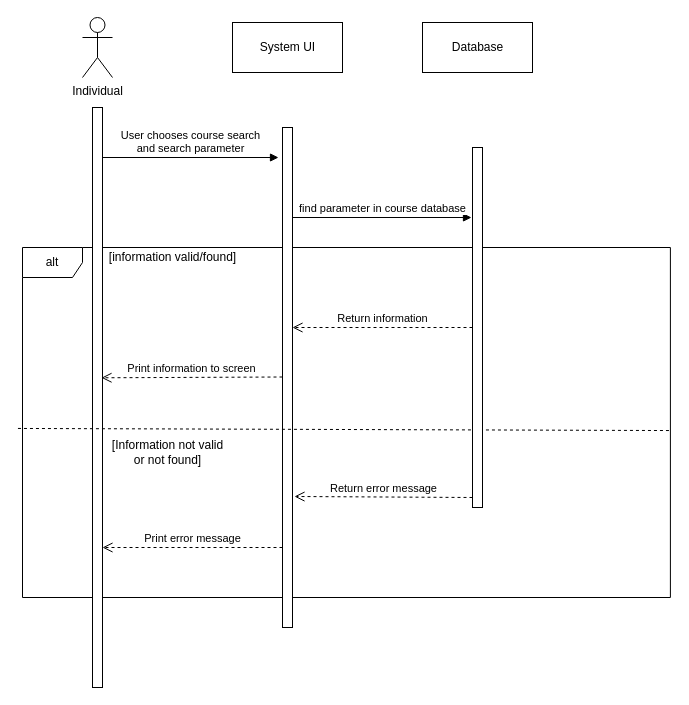
The draw.io diagram page "search_courses_parameter" (3 of 4) of sequence_curse.drawio in peterklem/CURSE, before the edit. Source tidied: cells renumbered, new cells numbered last; positions are measured from the earlier drawing's top-left corner, leaving out a move shared by most shapes. Both pictures are drawn from the tidied source at 100%, with x=0, y=0 at pixel (22, 17).
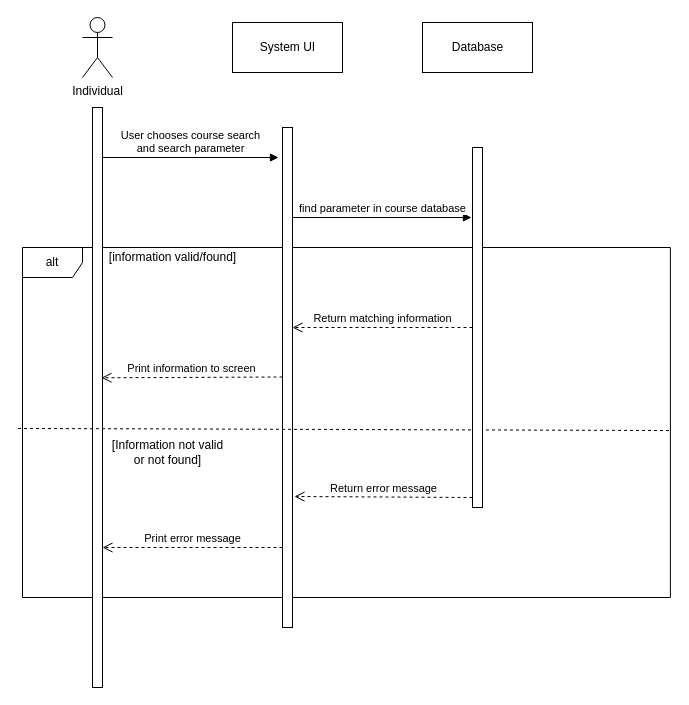
The same page after the edit.

Commit message:
Finished general course search sequence diagram

The change refers to these unchanged cells:
```xml
<mxCell id="7" style="html=1;points=[];perimeter=orthogonalPerimeter;" parent="1" vertex="1">
  <mxGeometry x="260" y="110" width="10" height="500" as="geometry" />
</mxCell>
```

What changed in the source:
```diff
@@
-    <mxCell id="12" value="Return information" style="html=1;verticalAlign=bottom;endArrow=open;dashed=1;endSize=8;" parent="1" edge="1" target="7">
+    <mxCell id="12" value="Return matching information" style="html=1;verticalAlign=bottom;endArrow=open;dashed=1;endSize=8;" parent="1" edge="1" target="7">
       <mxGeometry relative="1" as="geometry">
         <mxPoint x="450" y="310" as="sourcePoint" />
       </mxGeometry>
     </mxCell>
```
